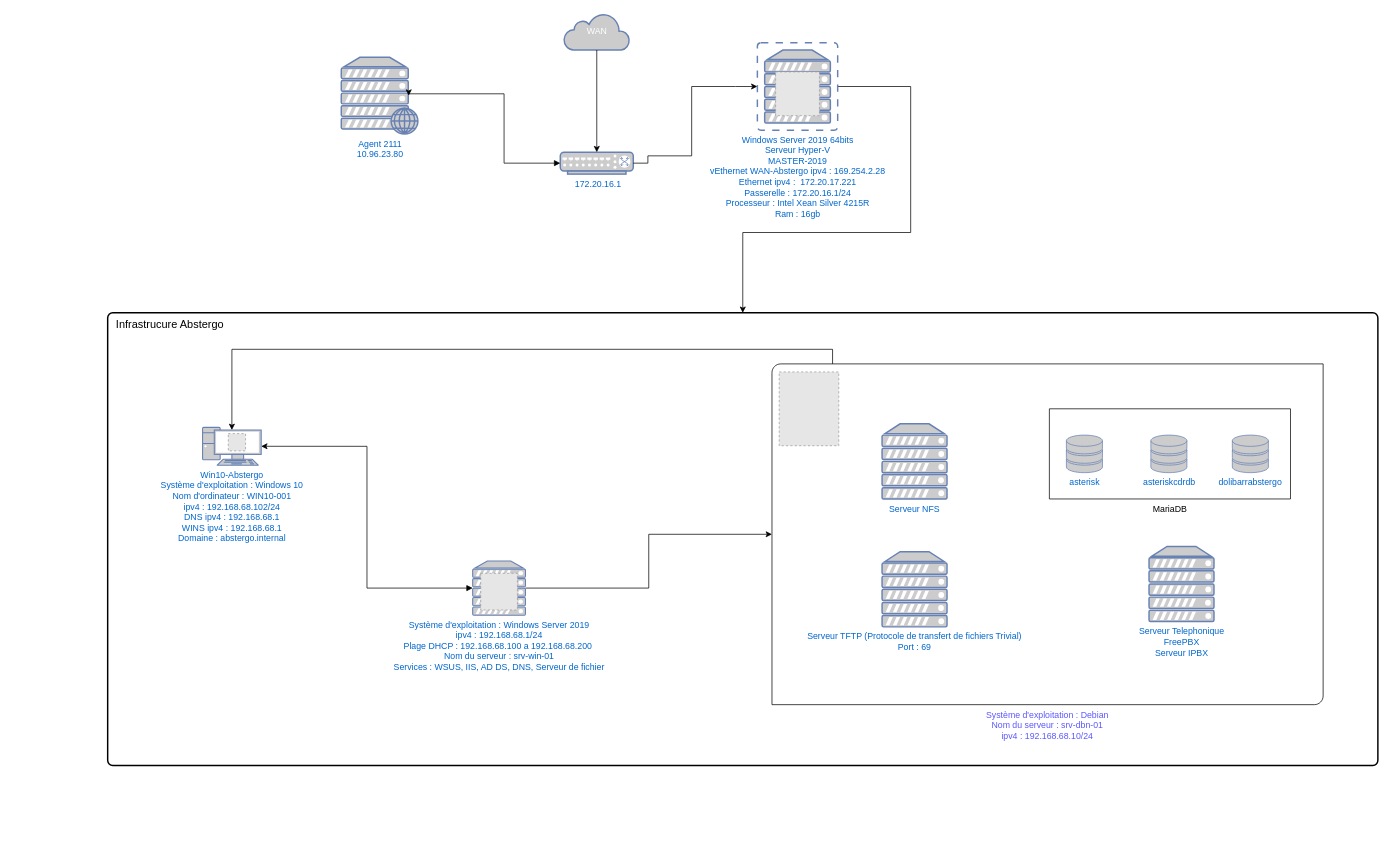
Before: CarteduReseauPhysique.drawio in CharifMah/AbstergoAnimus, a draw.io diagram. Source tidied: cells renumbered, new cells numbered last; positions are measured from the earlier drawing's top-left corner, leaving out a move shared by most shapes. Both pictures are drawn from the tidied source at 73%, with x=0, y=0 at pixel (107, 13). Pictures stored in the file or linked from it are replaced by grey dashed boxes.
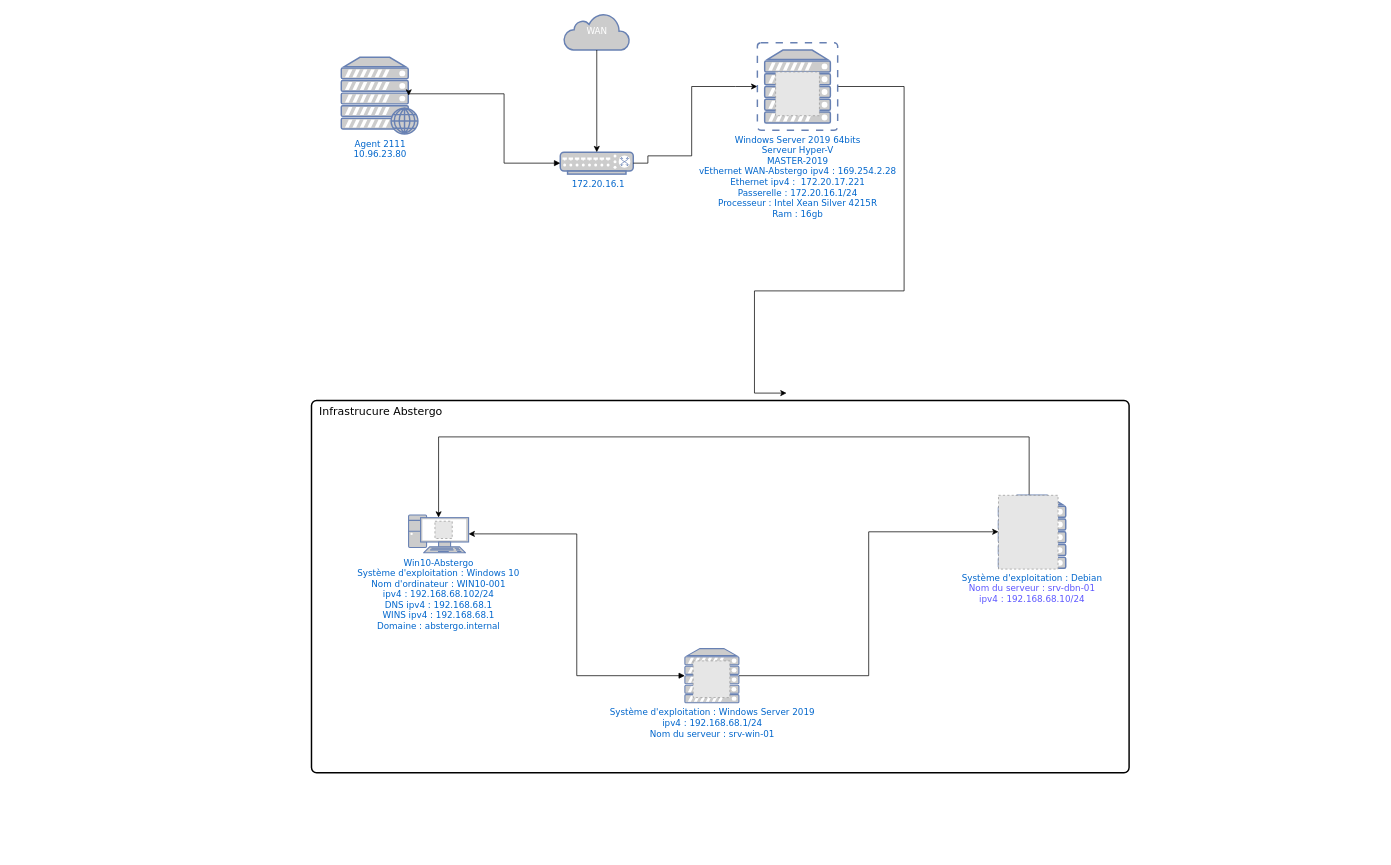
Above is the later version.

Change to the diagram source:
```diff
@@
-    <mxCell id="2" style="edgeStyle=orthogonalEdgeStyle;rounded=0;jettySize=auto;html=1;entryX=0.5;entryY=0;entryDx=0;entryDy=0;exitX=1;exitY=0.5;exitDx=0;exitDy=0;exitPerimeter=0;" parent="1" edge="1" source="11" target="14">
+    <mxCell id="2" style="edgeStyle=orthogonalEdgeStyle;rounded=0;jettySize=auto;html=1;entryX=0.5;entryY=0;entryDx=0;entryDy=0;exitX=1;exitY=0.5;exitDx=0;exitDy=0;exitPerimeter=0;fontFamily=Verdana;" parent="1" edge="1" source="11">
       <mxGeometry relative="1" as="geometry">
+        <mxPoint x="930" y="520" as="targetPoint" />
         <Array as="points">
-          <mxPoint x="1100" y="100" />
-          <mxPoint x="1100" y="300" />
-          <mxPoint x="870" y="300" />
+          <mxPoint x="1091" y="100" />
+          <mxPoint x="1091" y="380" />
+          <mxPoint x="886" y="380" />
+          <mxPoint x="886" y="520" />
         </Array>
       </mxGeometry>
     </mxCell>
-    <mxCell id="3" value="Agent 2111&lt;br&gt;10.96.23.80" style="fontColor=#0066CC;verticalAlign=top;verticalLabelPosition=bottom;labelPosition=center;align=center;html=1;outlineConnect=0;fillColor=#CCCCCC;strokeColor=#6881B3;gradientColor=none;gradientDirection=north;strokeWidth=2;shape=mxgraph.networks.web_server;" parent="1" vertex="1">
+    <mxCell id="3" value="Agent 2111&lt;br&gt;10.96.23.80" style="fontColor=#0066CC;verticalAlign=top;verticalLabelPosition=bottom;labelPosition=center;align=center;html=1;outlineConnect=0;fillColor=#CCCCCC;strokeColor=#6881B3;gradientColor=none;gradientDirection=north;strokeWidth=2;shape=mxgraph.networks.web_server;fontFamily=Verdana;" parent="1" vertex="1">
       <mxGeometry x="320" y="60" width="105" height="105" as="geometry" />
     </mxCell>
-    <mxCell id="4" value="&amp;nbsp;172.20.16.1" style="fontColor=#0066CC;verticalAlign=top;verticalLabelPosition=bottom;labelPosition=center;align=center;html=1;outlineConnect=0;fillColor=#CCCCCC;strokeColor=#6881B3;gradientColor=none;gradientDirection=north;strokeWidth=2;shape=mxgraph.networks.switch;" parent="1" vertex="1">
+    <mxCell id="4" value="&amp;nbsp;172.20.16.1" style="fontColor=#0066CC;verticalAlign=top;verticalLabelPosition=bottom;labelPosition=center;align=center;html=1;outlineConnect=0;fillColor=#CCCCCC;strokeColor=#6881B3;gradientColor=none;gradientDirection=north;strokeWidth=2;shape=mxgraph.networks.switch;fontFamily=Verdana;" parent="1" vertex="1">
       <mxGeometry x="620" y="190" width="100" height="30" as="geometry" />
     </mxCell>
-    <mxCell id="5" value="WAN" style="html=1;outlineConnect=0;fillColor=#CCCCCC;strokeColor=#6881B3;gradientColor=none;gradientDirection=north;strokeWidth=2;shape=mxgraph.networks.cloud;fontColor=#ffffff;" parent="1" vertex="1">
+    <mxCell id="5" value="WAN" style="html=1;outlineConnect=0;fillColor=#CCCCCC;strokeColor=#6881B3;gradientColor=none;gradientDirection=north;strokeWidth=2;shape=mxgraph.networks.cloud;fontColor=#ffffff;fontFamily=Verdana;" parent="1" vertex="1">
       <mxGeometry x="625" width="90" height="50" as="geometry" />
     </mxCell>
-    <mxCell id="6" style="edgeStyle=orthogonalEdgeStyle;rounded=0;jettySize=auto;html=1;entryX=0.5;entryY=0;entryDx=0;entryDy=0;entryPerimeter=0;" parent="1" edge="1" source="5" target="4">
+    <mxCell id="6" style="edgeStyle=orthogonalEdgeStyle;rounded=0;jettySize=auto;html=1;entryX=0.5;entryY=0;entryDx=0;entryDy=0;entryPerimeter=0;fontFamily=Verdana;" parent="1" edge="1" source="5" target="4">
       <mxGeometry relative="1" as="geometry" />
     </mxCell>
-    <mxCell id="7" style="edgeStyle=orthogonalEdgeStyle;rounded=0;jettySize=auto;html=1;exitX=1;exitY=0.5;exitDx=0;exitDy=0;exitPerimeter=0;entryX=0;entryY=0.5;entryDx=0;entryDy=0;entryPerimeter=0;" parent="1" edge="1" source="4" target="11">
+    <mxCell id="7" style="edgeStyle=orthogonalEdgeStyle;rounded=0;jettySize=auto;html=1;exitX=1;exitY=0.5;exitDx=0;exitDy=0;exitPerimeter=0;entryX=0;entryY=0.5;entryDx=0;entryDy=0;entryPerimeter=0;fontFamily=Verdana;" parent="1" edge="1" source="4" target="11">
       <mxGeometry relative="1" as="geometry">
         <Array as="points">
           <mxPoint x="740" y="205" />
           <mxPoint x="740" y="195" />
           <mxPoint x="800" y="195" />
           <mxPoint x="800" y="100" />
           <mxPoint x="860" y="100" />
         </Array>
       </mxGeometry>
     </mxCell>
-    <mxCell id="8" style="edgeStyle=orthogonalEdgeStyle;rounded=0;jettySize=auto;html=1;entryX=0.88;entryY=0.5;entryDx=0;entryDy=0;entryPerimeter=0;startArrow=block;startFill=1;exitX=0;exitY=0.5;exitDx=0;exitDy=0;exitPerimeter=0;" parent="1" edge="1" source="4" target="3">
+    <mxCell id="8" style="edgeStyle=orthogonalEdgeStyle;rounded=0;jettySize=auto;html=1;entryX=0.88;entryY=0.5;entryDx=0;entryDy=0;entryPerimeter=0;startArrow=block;startFill=1;exitX=0;exitY=0.5;exitDx=0;exitDy=0;exitPerimeter=0;fontFamily=Verdana;" parent="1" edge="1" source="4" target="3">
       <mxGeometry relative="1" as="geometry">
         <Array as="points">
           <mxPoint x="543" y="205" />
           <mxPoint x="543" y="110" />
         </Array>
       </mxGeometry>
     </mxCell>
-    <mxCell id="9" style="group;" parent="1" vertex="1">
+    <mxCell id="9" style="group;fontFamily=Verdana;" parent="1" vertex="1">
       <mxGeometry x="890" y="40" width="110" height="120" as="geometry" />
     </mxCell>
-    <mxCell id="10" style="group;" parent="9" vertex="1">
+    <mxCell id="10" style="group;fontFamily=Verdana;" parent="9" vertex="1">
       <mxGeometry width="110" height="120" as="geometry" />
     </mxCell>
-    <mxCell id="11" value="Windows Server 2019 64bits&lt;br&gt;Serveur Hyper-V&lt;br&gt;MASTER-2019&lt;br&gt;vEthernet WAN-Abstergo ipv4 : 169.254.2.28&lt;br&gt;Ethernet ipv4 :&amp;nbsp; 172.20.17.221&lt;br&gt;Passerelle : 172.20.16.1/24&lt;br&gt;Processeur : Intel Xean Silver 4215R&lt;br&gt;Ram : 16gb" style="fontColor=#0066CC;verticalAlign=top;verticalLabelPosition=bottom;labelPosition=center;align=center;html=1;outlineConnect=0;fillColor=#CCCCCC;strokeColor=#6881B3;gradientColor=none;gradientDirection=north;strokeWidth=2;shape=mxgraph.networks.virtual_server;" parent="10" vertex="1">
+    <mxCell id="11" value="Windows Server 2019 64bits&lt;br&gt;Serveur Hyper-V&lt;br&gt;MASTER-2019&lt;br&gt;vEthernet WAN-Abstergo ipv4 : 169.254.2.28&lt;br&gt;Ethernet ipv4 :&amp;nbsp; 172.20.17.221&lt;br&gt;Passerelle : 172.20.16.1/24&lt;br&gt;Processeur : Intel Xean Silver 4215R&lt;br&gt;Ram : 16gb" style="fontColor=#0066CC;verticalAlign=top;verticalLabelPosition=bottom;labelPosition=center;align=center;html=1;outlineConnect=0;fillColor=#CCCCCC;strokeColor=#6881B3;gradientColor=none;gradientDirection=north;strokeWidth=2;shape=mxgraph.networks.virtual_server;fontFamily=Verdana;" parent="10" vertex="1">
       <mxGeometry width="110" height="120" as="geometry" />
     </mxCell>
-    <mxCell id="12" style="fillColor=#E6E6E6;strokeColor=#999999;dashed=1;verticalLabelPosition=bottom;labelBackgroundColor=default;verticalAlign=top;" parent="10" vertex="1">
+    <mxCell id="12" style="fillColor=#E6E6E6;strokeColor=#999999;dashed=1;verticalLabelPosition=bottom;labelBackgroundColor=default;verticalAlign=top;fontFamily=Verdana;" parent="10" vertex="1">
       <mxGeometry x="25" y="40" width="60" height="60" as="geometry" />
     </mxCell>
-    <mxCell id="13" style="group;" parent="1" vertex="1">
-      <mxGeometry y="410" width="1740" height="620" as="geometry" />
+    <mxCell id="13" style="group;fontFamily=Verdana;" parent="1" vertex="1">
+      <mxGeometry x="-130" y="500" width="1780" height="650" as="geometry" />
     </mxCell>
+    <mxCell id="37" style="group;fontFamily=Verdana;" parent="13" vertex="1">
+      <mxGeometry x="409.2" y="30" width="1120" height="620" as="geometry" />
+    </mxCell>
-    <mxCell id="14" style="rounded=1;whiteSpace=wrap;html=1;absoluteArcSize=1;arcSize=14;strokeWidth=2;align=left;" parent="13" vertex="1">
-      <mxGeometry width="1740" height="620" as="geometry" />
+    <mxCell id="14" style="rounded=1;whiteSpace=wrap;html=1;absoluteArcSize=1;arcSize=14;strokeWidth=2;align=left;fontFamily=Verdana;" parent="37" vertex="1">
+      <mxGeometry width="1120" height="510" as="geometry" />
     </mxCell>
-    <mxCell id="15" style="edgeStyle=orthogonalEdgeStyle;rounded=0;jettySize=auto;html=1;entryX=0;entryY=0.5;entryDx=0;entryDy=0;entryPerimeter=0;" parent="13" edge="1" source="19" target="26">
-      <mxGeometry relative="1" as="geometry" />
-    </mxCell>
-    <mxCell id="16" style="edgeStyle=orthogonalEdgeStyle;rounded=0;jettySize=auto;html=1;entryX=1;entryY=0.5;entryDx=0;entryDy=0;entryPerimeter=0;startArrow=block;startFill=1;" parent="13" edge="1" source="19" target="23">
-      <mxGeometry relative="1" as="geometry" />
-    </mxCell>
-    <mxCell id="17" value="Infrastrucure Abstergo" style="text;html=1;align=center;verticalAlign=middle;strokeColor=none;fillColor=none;fontSize=15;" parent="13" vertex="1">
-      <mxGeometry width="170" height="30" as="geometry" />
+    <mxCell id="17" value="Infrastrucure Abstergo" style="text;html=1;align=center;verticalAlign=middle;strokeColor=none;fillColor=none;fontSize=15;fontFamily=Verdana;" parent="37" vertex="1">
+      <mxGeometry width="190" height="30" as="geometry" />
     </mxCell>
-    <mxCell id="18" style="group;" parent="13" vertex="1">
-      <mxGeometry x="500" y="340" width="72.3" height="74.2" as="geometry" />
+    <mxCell id="18" style="group;fontFamily=Verdana;" parent="37" vertex="1">
+      <mxGeometry x="511.5" y="340" width="74" height="74.2" as="geometry" />
     </mxCell>
-    <mxCell id="19" value="Système d'exploitation : Windows Server 2019&lt;br&gt;ipv4 : 192.168.68.1/24&lt;br&gt;Plage DHCP : 192.168.68.100 a 192.168.68.200&amp;nbsp;&lt;br&gt;Nom du serveur : srv-win-01&lt;br&gt;Services : WSUS, IIS, AD DS, DNS, Serveur de fichier" style="fontColor=#0066CC;verticalAlign=top;verticalLabelPosition=bottom;labelPosition=center;align=center;html=1;outlineConnect=0;fillColor=#CCCCCC;strokeColor=#6881B3;gradientColor=none;gradientDirection=north;strokeWidth=2;shape=mxgraph.networks.server;" parent="18" vertex="1">
-      <mxGeometry width="72.3" height="74.2" as="geometry" />
+    <mxCell id="19" value="Système d'exploitation : Windows Server 2019&lt;br&gt;ipv4 : 192.168.68.1/24&lt;br&gt;Nom du serveur : srv-win-01" style="fontColor=#0066CC;verticalAlign=top;verticalLabelPosition=bottom;labelPosition=center;align=center;html=1;outlineConnect=0;fillColor=#CCCCCC;strokeColor=#6881B3;gradientColor=none;gradientDirection=north;strokeWidth=2;shape=mxgraph.networks.server;fontFamily=Verdana;" parent="18" vertex="1">
+      <mxGeometry width="74" height="74.2" as="geometry" />
     </mxCell>
-    <mxCell id="20" style="fillColor=#E6E6E6;strokeColor=#999999;dashed=1;verticalLabelPosition=bottom;labelBackgroundColor=default;verticalAlign=top;" parent="18" vertex="1">
-      <mxGeometry x="11" y="16.8" width="50.3" height="50.3" as="geometry" />
+    <mxCell id="20" style="fillColor=#E6E6E6;strokeColor=#999999;dashed=1;verticalLabelPosition=bottom;labelBackgroundColor=default;verticalAlign=top;fontFamily=Verdana;" parent="18" vertex="1">
+      <mxGeometry x="11.3" y="16.8" width="50.3" height="50.3" as="geometry" />
     </mxCell>
-    <mxCell id="21" style="group;" parent="13" vertex="1">
-      <mxGeometry x="130" y="156.9" width="80.3" height="51.9" as="geometry" />
+    <mxCell id="21" style="group;fontFamily=Verdana;" parent="37" vertex="1">
+      <mxGeometry x="133" y="156.9" width="82.2" height="51.9" as="geometry" />
     </mxCell>
-    <mxCell id="22" style="group;" parent="21" vertex="1">
-      <mxGeometry width="80.3" height="51.9" as="geometry" />
+    <mxCell id="22" style="group;fontFamily=Verdana;" parent="21" vertex="1">
+      <mxGeometry width="82.2" height="51.9" as="geometry" />
     </mxCell>
-    <mxCell id="23" value="Win10-Abstergo&lt;br&gt;Système d'exploitation : Windows 10&lt;br&gt;Nom d'ordinateur : WIN10-001&lt;br&gt;ipv4 : 192.168.68.102/24&lt;br&gt;DNS ipv4 : 192.168.68.1&lt;br&gt;WINS ipv4 : 192.168.68.1&lt;br&gt;Domaine : abstergo.internal" style="fontColor=#0066CC;verticalAlign=top;verticalLabelPosition=bottom;labelPosition=center;align=center;html=1;outlineConnect=0;fillColor=#CCCCCC;strokeColor=#6881B3;gradientColor=none;gradientDirection=north;strokeWidth=2;shape=mxgraph.networks.pc;" parent="22" vertex="1">
-      <mxGeometry width="80.3" height="51.9" as="geometry" />
+    <mxCell id="23" value="Win10-Abstergo&lt;br&gt;Système d'exploitation : Windows 10&lt;br&gt;Nom d'ordinateur : WIN10-001&lt;br&gt;ipv4 : 192.168.68.102/24&lt;br&gt;DNS ipv4 : 192.168.68.1&lt;br&gt;WINS ipv4 : 192.168.68.1&lt;br&gt;Domaine : abstergo.internal" style="fontColor=#0066CC;verticalAlign=top;verticalLabelPosition=bottom;labelPosition=center;align=center;html=1;outlineConnect=0;fillColor=#CCCCCC;strokeColor=#6881B3;gradientColor=none;gradientDirection=north;strokeWidth=2;shape=mxgraph.networks.pc;fontFamily=Verdana;" parent="22" vertex="1">
+      <mxGeometry width="82.2" height="51.9" as="geometry" />
     </mxCell>
-    <mxCell id="24" style="fillColor=#E6E6E6;strokeColor=#999999;dashed=1;verticalLabelPosition=bottom;labelBackgroundColor=default;verticalAlign=top;" parent="22" vertex="1">
-      <mxGeometry x="35.2" y="8.6" width="23.7" height="23.7" as="geometry" />
+    <mxCell id="24" style="fillColor=#E6E6E6;strokeColor=#999999;dashed=1;verticalLabelPosition=bottom;labelBackgroundColor=default;verticalAlign=top;fontFamily=Verdana;" parent="22" vertex="1">
+      <mxGeometry x="36.1" y="8.6" width="23.7" height="23.7" as="geometry" />
     </mxCell>
-    <mxCell id="25" style="group;" parent="13" vertex="1">
-      <mxGeometry x="910" y="70" width="755" height="466.8" as="geometry" />
-    </mxCell>
+    <mxCell id="16" style="edgeStyle=orthogonalEdgeStyle;rounded=0;jettySize=auto;html=1;entryX=1;entryY=0.5;entryDx=0;entryDy=0;entryPerimeter=0;startArrow=block;startFill=1;fontFamily=Verdana;" parent="37" edge="1" source="19" target="23">
+      <mxGeometry relative="1" as="geometry" />
+    </mxCell>
+    <mxCell id="36" style="edgeStyle=orthogonalEdgeStyle;rounded=0;jettySize=auto;html=1;entryX=0.5;entryY=0.07;entryDx=0;entryDy=0;entryPerimeter=0;exitX=0.5;exitY=0;exitDx=0;exitDy=0;fontFamily=Verdana;" parent="37" edge="1" source="27" target="23">
+      <mxGeometry relative="1" as="geometry">
+        <Array as="points">
+          <mxPoint x="983.1" y="50" />
+          <mxPoint x="173.9" y="50" />
+        </Array>
+      </mxGeometry>
+    </mxCell>
+    <mxCell id="38" style="group;fontFamily=Verdana;" parent="37" vertex="1">
+      <mxGeometry x="941.1" y="130" width="92.1" height="101.1" as="geometry" />
+    </mxCell>
-    <mxCell id="26" value="&lt;font color=&quot;#5c57ff&quot;&gt;Système d'exploitation&amp;nbsp;: Debian&lt;br style=&quot;border-color: var(--border-color);&quot;&gt;Nom du serveur : srv-dbn-01&lt;br style=&quot;border-color: var(--border-color);&quot;&gt;ipv4 : 192.168.68.10/24&lt;/font&gt;" style="verticalLabelPosition=bottom;verticalAlign=top;html=1;shape=mxgraph.basic.diag_round_rect;dx=6;whiteSpace=wrap;" parent="25" vertex="1">
-      <mxGeometry width="755" height="466.8" as="geometry" />
+    <mxCell id="26" value="Système d'exploitation&amp;nbsp;: Debian&lt;br style=&quot;border-color: var(--border-color); color: rgb(92, 87, 255);&quot;&gt;&lt;span style=&quot;color: rgb(92, 87, 255);&quot;&gt;Nom du serveur : srv-dbn-01&lt;/span&gt;&lt;br style=&quot;border-color: var(--border-color); color: rgb(92, 87, 255);&quot;&gt;&lt;span style=&quot;color: rgb(92, 87, 255);&quot;&gt;ipv4 : 192.168.68.10/24&lt;/span&gt;" style="fontColor=#0066CC;verticalAlign=top;verticalLabelPosition=bottom;labelPosition=center;align=center;html=1;outlineConnect=0;fillColor=#CCCCCC;strokeColor=#6881B3;gradientColor=none;gradientDirection=north;strokeWidth=2;shape=mxgraph.networks.server;fontFamily=Verdana;" parent="38" vertex="1">
+      <mxGeometry width="92.1" height="100" as="geometry" />
     </mxCell>
-    <mxCell id="27" style="fillColor=#E6E6E6;strokeColor=#999999;dashed=1;verticalLabelPosition=bottom;labelBackgroundColor=default;verticalAlign=top;" parent="25" vertex="1">
-      <mxGeometry x="9.9" y="11" width="81.6" height="101.1" as="geometry" />
+    <mxCell id="27" style="fillColor=#E6E6E6;strokeColor=#999999;dashed=1;verticalLabelPosition=bottom;labelBackgroundColor=default;verticalAlign=top;fontFamily=Verdana;" parent="38" vertex="1">
+      <mxGeometry width="81.6" height="101.1" as="geometry" />
     </mxCell>
-    <mxCell id="28" value="Serveur TFTP (Protocole de transfert de fichiers Trivial)&lt;br&gt;Port : 69" style="fontColor=#0066CC;verticalAlign=top;verticalLabelPosition=bottom;labelPosition=center;align=center;html=1;fillColor=#CCCCCC;strokeColor=#6881B3;gradientColor=none;gradientDirection=north;strokeWidth=2;shape=mxgraph.networks.server;" parent="25" vertex="1">
-      <mxGeometry x="150.8" y="257.3" width="89" height="102.9" as="geometry" />
-    </mxCell>
-    <mxCell id="29" value="Serveur Telephonique&lt;br&gt;FreePBX&lt;br&gt;Serveur IPBX" style="fontColor=#0066CC;verticalAlign=top;verticalLabelPosition=bottom;labelPosition=center;align=center;html=1;fillColor=#CCCCCC;strokeColor=#6881B3;gradientColor=none;gradientDirection=north;strokeWidth=2;shape=mxgraph.networks.server;" parent="25" vertex="1">
-      <mxGeometry x="516.5" y="250" width="89" height="102.9" as="geometry" />
-    </mxCell>
-    <mxCell id="30" value="Serveur NFS" style="fontColor=#0066CC;verticalAlign=top;verticalLabelPosition=bottom;labelPosition=center;align=center;html=1;fillColor=#CCCCCC;strokeColor=#6881B3;gradientColor=none;gradientDirection=north;strokeWidth=2;shape=mxgraph.networks.server;" parent="25" vertex="1">
-      <mxGeometry x="150.8" y="82.1" width="89" height="102.9" as="geometry" />
-    </mxCell>
-    <mxCell id="31" style="group;" parent="25" vertex="1">
-      <mxGeometry x="380" y="61.5" width="330.3" height="123.5" as="geometry" />
-    </mxCell>
-    <mxCell id="32" value="MariaDB" style="verticalLabelPosition=bottom;verticalAlign=top;html=1;shape=mxgraph.basic.rect;fillColor2=none;strokeWidth=1;size=20;indent=5;" parent="31" vertex="1">
-      <mxGeometry width="330.3" height="123.5" as="geometry" />
-    </mxCell>
-    <mxCell id="33" value="asterisk" style="fontColor=#0066CC;verticalAlign=top;verticalLabelPosition=bottom;labelPosition=center;align=center;html=1;fillColor=#CCCCCC;strokeColor=#6881B3;gradientColor=none;gradientDirection=north;strokeWidth=2;shape=mxgraph.networks.storage;" parent="31" vertex="1">
-      <mxGeometry x="23.3" y="36" width="49.4" height="51.5" as="geometry" />
-    </mxCell>
-    <mxCell id="34" value="asteriskcdrdb" style="fontColor=#0066CC;verticalAlign=top;verticalLabelPosition=bottom;labelPosition=center;align=center;html=1;fillColor=#CCCCCC;strokeColor=#6881B3;gradientColor=none;gradientDirection=north;strokeWidth=2;shape=mxgraph.networks.storage;" parent="31" vertex="1">
-      <mxGeometry x="139" y="36" width="49.4" height="51.5" as="geometry" />
-    </mxCell>
-    <mxCell id="35" value="dolibarrabstergo" style="fontColor=#0066CC;verticalAlign=top;verticalLabelPosition=bottom;labelPosition=center;align=center;html=1;fillColor=#CCCCCC;strokeColor=#6881B3;gradientColor=none;gradientDirection=north;strokeWidth=2;shape=mxgraph.networks.storage;" parent="31" vertex="1">
-      <mxGeometry x="250.6" y="36" width="49.4" height="51.5" as="geometry" />
-    </mxCell>
-    <mxCell id="36" style="edgeStyle=orthogonalEdgeStyle;rounded=0;jettySize=auto;html=1;entryX=0.5;entryY=0.07;entryDx=0;entryDy=0;entryPerimeter=0;" parent="13" edge="1" source="26" target="23">
-      <mxGeometry relative="1" as="geometry">
-        <Array as="points">
-          <mxPoint x="993" y="50" />
-          <mxPoint x="170" y="50" />
-        </Array>
-      </mxGeometry>
-    </mxCell>
+    <mxCell id="15" style="edgeStyle=orthogonalEdgeStyle;rounded=0;jettySize=auto;html=1;entryX=0;entryY=0.5;entryDx=0;entryDy=0;entryPerimeter=0;fontFamily=Verdana;" parent="37" edge="1" source="19" target="26">
+      <mxGeometry relative="1" as="geometry" />
+    </mxCell>
```
